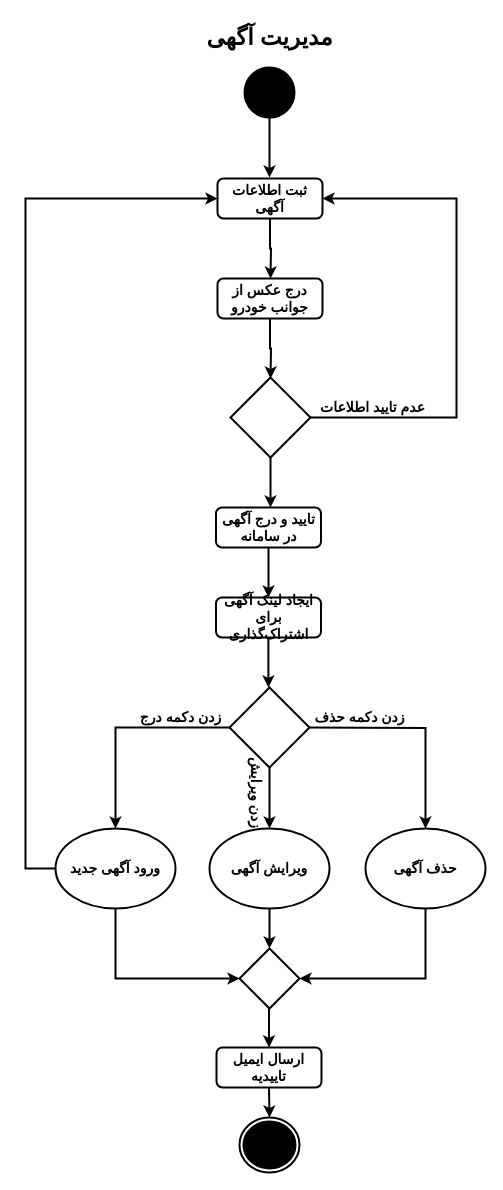
Before: page "AdsManagement" (5 of 24) of ActivityDiagram/MiddleWare_CarBaMaActivityDiagram.drawio in MelvinMo/CarBaMa_Automotive-Sale-Application, a draw.io diagram. Source tidied: cells renumbered, new cells numbered last; positions are measured from the earlier drawing's top-left corner, leaving out a move shared by most shapes. Both pictures are drawn from the tidied source at 100%, with x=0, y=0 at pixel (25, 17).
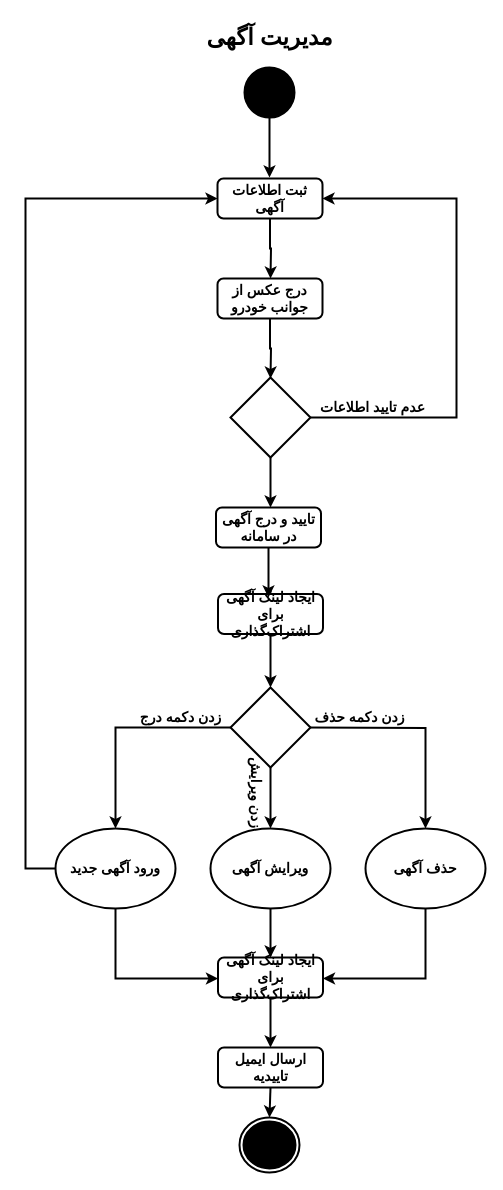
After the change.

Unchanged cells that the change refers to:
```xml
<mxCell id="5" value="&lt;font style=&quot;font-size: 14px&quot;&gt;&lt;b&gt;ورود آگهی جدید&lt;/b&gt;&lt;/font&gt;" style="ellipse;whiteSpace=wrap;html=1;strokeWidth=2;" parent="1" vertex="1">
  <mxGeometry x="30" y="811" width="120" height="80" as="geometry" />
</mxCell>
<mxCell id="11" value="&lt;b&gt;&lt;font style=&quot;font-size: 14px&quot;&gt;حذف آگهی&lt;/font&gt;&lt;/b&gt;" style="ellipse;whiteSpace=wrap;html=1;strokeWidth=2;" parent="1" vertex="1">
  <mxGeometry x="340" y="811" width="120" height="80" as="geometry" />
</mxCell>
```

What changed in the source:
```diff
@@
-    <mxCell id="9" style="edgeStyle=orthogonalEdgeStyle;rounded=0;jettySize=auto;html=1;strokeWidth=2;entryX=0.5;entryY=0;entryDx=0;entryDy=0;" parent="1" edge="1" source="10" target="15">
+    <mxCell id="9" style="edgeStyle=orthogonalEdgeStyle;rounded=0;jettySize=auto;html=1;strokeWidth=2;" parent="1" edge="1" source="10" target="36">
       <mxGeometry relative="1" as="geometry" />
     </mxCell>
     <mxCell id="10" value="&lt;font style=&quot;font-size: 14px&quot;&gt;&lt;b&gt;ویرایش آگهی&lt;/b&gt;&lt;/font&gt;" style="ellipse;whiteSpace=wrap;html=1;strokeWidth=2;" parent="1" vertex="1">
-      <mxGeometry x="184" y="811" width="120" height="80" as="geometry" />
+      <mxGeometry x="185" y="811" width="120" height="80" as="geometry" />
     </mxCell>
@@
-    <mxCell id="12" style="edgeStyle=orthogonalEdgeStyle;rounded=0;jettySize=auto;html=1;strokeWidth=2;entryX=1;entryY=0.5;entryDx=0;entryDy=0;exitX=0.5;exitY=1;exitDx=0;exitDy=0;" parent="1" edge="1" source="11" target="15">
+    <mxCell id="12" style="edgeStyle=orthogonalEdgeStyle;rounded=0;jettySize=auto;html=1;strokeWidth=2;exitX=0.5;exitY=1;exitDx=0;exitDy=0;" parent="1" edge="1" source="11" target="36">
       <mxGeometry relative="1" as="geometry">
         <Array as="points">
           <mxPoint x="400" y="961" />
         </Array>
       </mxGeometry>
     </mxCell>
     <mxCell id="13" style="rhombus;whiteSpace=wrap;html=1;strokeWidth=2;" parent="1" vertex="1">
-      <mxGeometry x="204" y="670" width="80" height="80" as="geometry" />
+      <mxGeometry x="205" y="670" width="80" height="80" as="geometry" />
     </mxCell>
-    <mxCell id="14" style="edgeStyle=orthogonalEdgeStyle;rounded=0;jettySize=auto;html=1;strokeColor=#000000;strokeWidth=2;entryX=0.5;entryY=0;entryDx=0;entryDy=0;" parent="1" edge="1" source="15" target="34">
-      <mxGeometry relative="1" as="geometry">
-        <Array as="points">
-          <mxPoint x="244" y="1030" />
-        </Array>
-      </mxGeometry>
+    <mxCell id="14" style="edgeStyle=orthogonalEdgeStyle;rounded=0;jettySize=auto;html=1;strokeColor=#000000;strokeWidth=2;entryX=0.5;entryY=0;entryDx=0;entryDy=0;" parent="1" edge="1" source="36" target="34">
+      <mxGeometry relative="1" as="geometry" />
     </mxCell>
-    <mxCell id="15" style="rhombus;whiteSpace=wrap;html=1;strokeWidth=2;" parent="1" vertex="1">
-      <mxGeometry x="214" y="931" width="60" height="60" as="geometry" />
-    </mxCell>
-    <mxCell id="16" style="edgeStyle=orthogonalEdgeStyle;rounded=0;jettySize=auto;html=1;strokeWidth=2;entryX=0;entryY=0.5;entryDx=0;entryDy=0;exitX=0.5;exitY=1;exitDx=0;exitDy=0;" parent="1" edge="1" source="5" target="15">
+    <mxCell id="16" style="edgeStyle=orthogonalEdgeStyle;rounded=0;jettySize=auto;html=1;strokeWidth=2;exitX=0.5;exitY=1;exitDx=0;exitDy=0;" parent="1" edge="1" source="5" target="36">
       <mxGeometry relative="1" as="geometry">
         <Array as="points">
           <mxPoint x="90" y="961" />
         </Array>
       </mxGeometry>
     </mxCell>
@@
     <mxCell id="32" value="&lt;font style=&quot;font-size: 14px&quot;&gt;&lt;b&gt;ایجاد لینک آگهی برای اشتراک‌گذاری&lt;/b&gt;&lt;/font&gt;" style="rounded=1;whiteSpace=wrap;html=1;strokeColor=#000000;fillColor=none;strokeWidth=2;" parent="1" vertex="1">
-      <mxGeometry x="190.5" y="580" width="105" height="40" as="geometry" />
+      <mxGeometry x="192.5" y="576.5" width="105" height="40" as="geometry" />
     </mxCell>
-    <mxCell id="33" style="endArrow=classic;html=1;rounded=0;strokeWidth=2;fontSize=14;exitX=0.5;exitY=1;exitDx=0;exitDy=0;" parent="1" edge="1">
-      <mxGeometry relative="1" as="geometry">
-        <mxPoint x="242.9" y="620" as="sourcePoint" />
-        <mxPoint x="242.9" y="670" as="targetPoint" />
-      </mxGeometry>
+    <mxCell id="33" style="endArrow=classic;html=1;rounded=0;strokeWidth=2;fontSize=14;exitX=0.5;exitY=1;exitDx=0;exitDy=0;entryX=0.5;entryY=0;entryDx=0;entryDy=0;" parent="1" edge="1" source="32" target="13">
+      <mxGeometry relative="1" as="geometry" />
     </mxCell>
     <mxCell id="34" value="&lt;font style=&quot;font-size: 14px&quot;&gt;&lt;b&gt;ارسال ایمیل تاییدیه&lt;/b&gt;&lt;/font&gt;" style="rounded=1;whiteSpace=wrap;html=1;strokeColor=#000000;fillColor=none;strokeWidth=2;" parent="1" vertex="1">
-      <mxGeometry x="191" y="1030" width="105" height="40" as="geometry" />
+      <mxGeometry x="192.5" y="1030" width="105" height="40" as="geometry" />
     </mxCell>
@@
+    <mxCell id="36" value="&lt;font style=&quot;font-size: 14px&quot;&gt;&lt;b&gt;ایجاد لینک آگهی برای اشتراک‌گذاری&lt;/b&gt;&lt;/font&gt;" style="rounded=1;whiteSpace=wrap;html=1;strokeColor=#000000;fillColor=none;strokeWidth=2;" parent="1" vertex="1">
+      <mxGeometry x="192.5" y="940" width="105" height="40" as="geometry" />
+    </mxCell>
```
